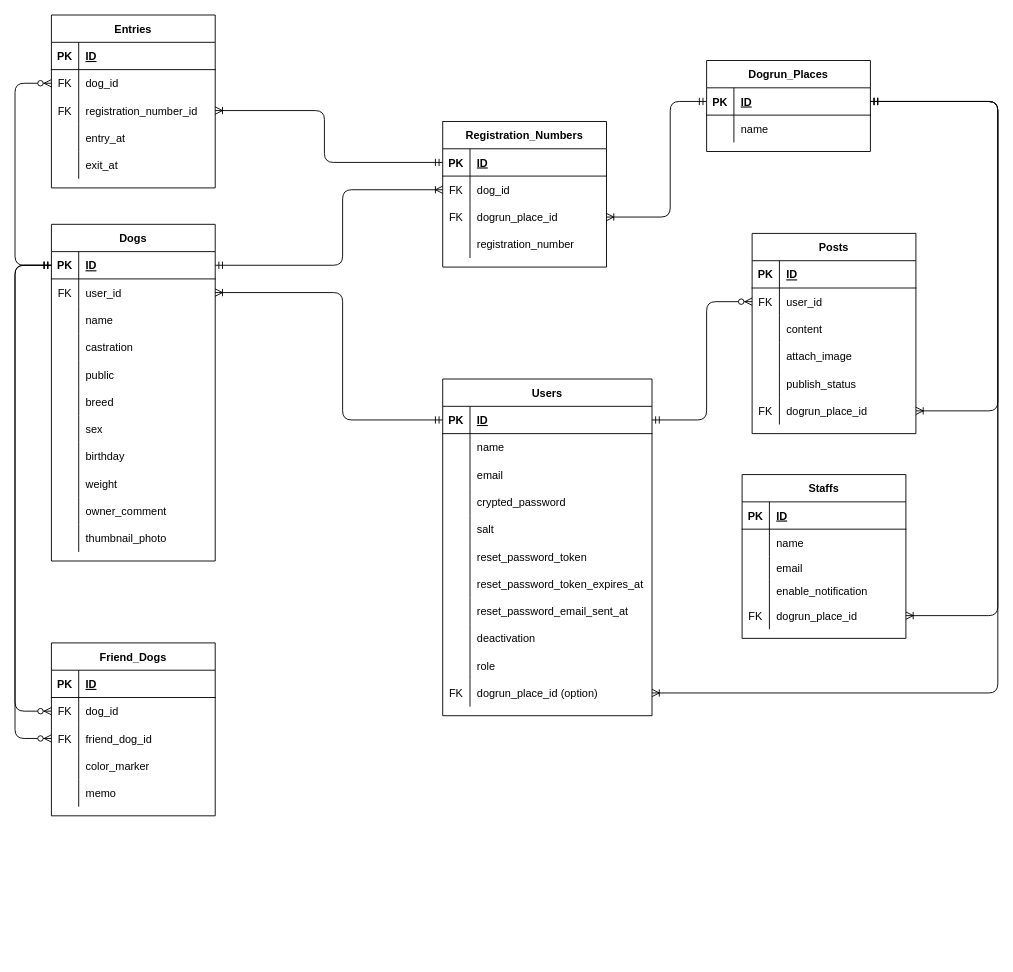
Above: ER_diagram.drawio in Kedaruma-Bond/dogrun_connect_app (draw.io), before the change. Source tidied: cells renumbered, new cells numbered last; positions are measured from the earlier drawing's top-left corner, leaving out a move shared by most shapes. Both pictures are drawn from the tidied source at 91%, with x=0, y=0 at pixel (15, 15).
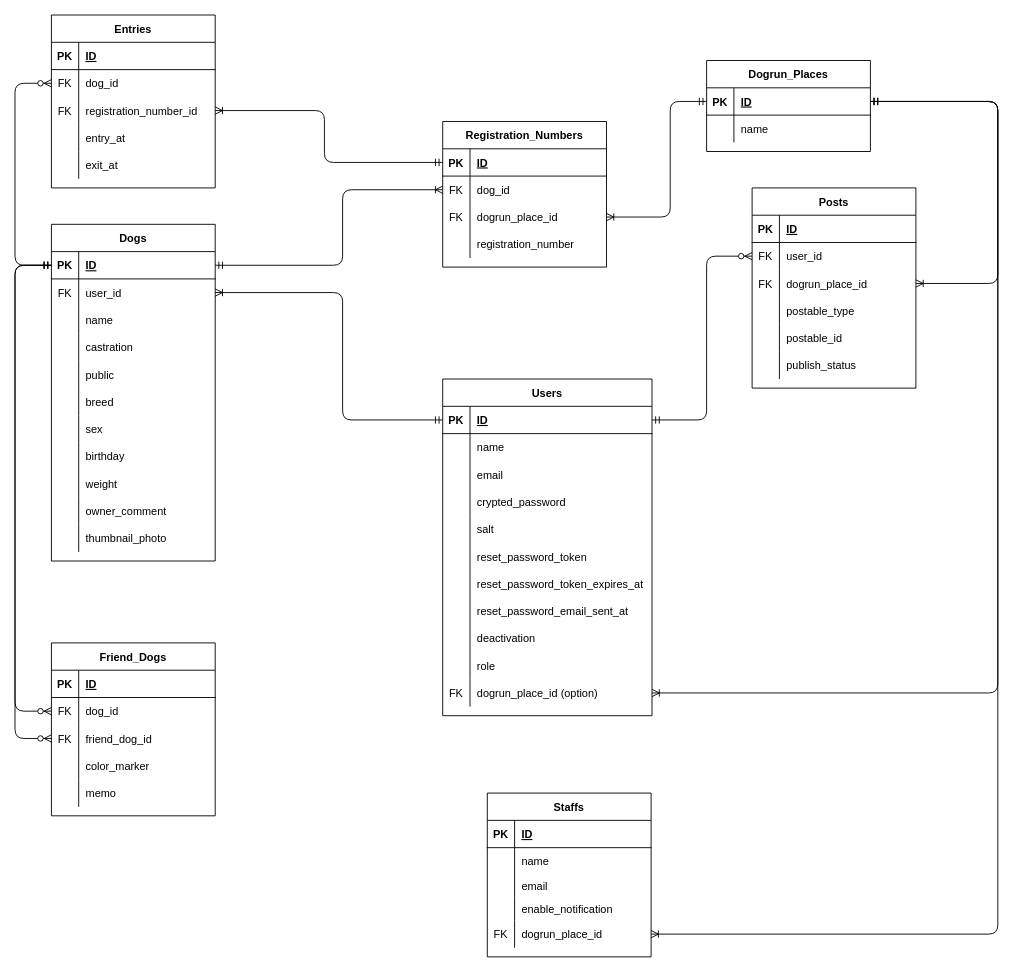
The same page after the edit.

The change refers to these unchanged cells:
```xml
<mxCell id="19" style="shape=partialRectangle;fillColor=none;top=0;left=0;bottom=1;right=0;points=[[0,0.5],[1,0.5]];portConstraint=eastwest;" parent="18" vertex="1">
  <mxGeometry y="30" width="230" height="30" as="geometry" />
</mxCell>
<mxCell id="65" style="shape=partialRectangle;fillColor=none;top=0;left=0;bottom=0;right=0;points=[[0,0.5],[1,0.5]];portConstraint=eastwest;" parent="52" vertex="1">
  <mxGeometry y="140" width="180" height="30" as="geometry" />
</mxCell>
<mxCell id="106" style="shape=partialRectangle;fillColor=none;top=0;left=0;bottom=0;right=0;points=[[0,0.5],[1,0.5]];portConstraint=eastwest;" parent="102" vertex="1">
  <mxGeometry y="60" width="180" height="30" as="geometry" />
</mxCell>
<mxCell id="158" style="shape=tableRow;horizontal=0;startSize=0;swimlaneHead=0;swimlaneBody=0;fillColor=none;points=[[0,0.5],[1,0.5]];portConstraint=eastwest;top=0;left=0;right=0;bottom=1;" parent="157" vertex="1">
  <mxGeometry y="30" width="180" height="30" as="geometry" />
</mxCell>
```

Change to the diagram source:
```diff
@@
     <mxCell id="52" value="Staffs" style="shape=table;startSize=30;childLayout=tableLayout;rowLines=0;fontStyle=1;align=center;" parent="1" vertex="1">
-      <mxGeometry x="799" y="505" width="180" height="180" as="geometry" />
+      <mxGeometry x="519" y="855" width="180" height="180" as="geometry" />
     </mxCell>
@@
     <mxCell id="102" value="Posts" style="shape=table;startSize=30;childLayout=tableLayout;rowLines=0;fontStyle=1;align=center;" parent="1" vertex="1">
-      <mxGeometry x="810" y="240" width="180" height="220" as="geometry" />
+      <mxGeometry x="810" y="190" width="180" height="220" as="geometry" />
     </mxCell>
@@
+    <mxCell id="168" style="shape=partialRectangle;fillColor=none;top=0;left=0;bottom=0;right=0;points=[[0,0.5],[1,0.5]];portConstraint=eastwest;" parent="102" vertex="1">
+      <mxGeometry y="90" width="180" height="30" as="geometry" />
+    </mxCell>
+    <mxCell id="119" value="FK" style="shape=partialRectangle;fillColor=none;top=0;left=0;bottom=0;right=0;overflow=hidden;" parent="168" vertex="1">
+      <mxGeometry width="30" height="30" as="geometry" />
+    </mxCell>
+    <mxCell id="120" value="dogrun_place_id" style="shape=partialRectangle;fillColor=none;top=0;left=0;bottom=0;right=0;align=left;spacingLeft=6;overflow=hidden;" parent="168" vertex="1">
+      <mxGeometry x="30" width="150" height="30" as="geometry" />
+    </mxCell>
+    <mxCell id="112" style="shape=partialRectangle;fillColor=none;top=0;left=0;bottom=0;right=0;" parent="102" vertex="1">
+      <mxGeometry y="120" width="180" height="30" as="geometry" />
+    </mxCell>
+    <mxCell id="113" style="shape=partialRectangle;fillColor=none;top=0;left=0;bottom=0;right=0;overflow=hidden;" parent="112" vertex="1">
+      <mxGeometry width="30" height="30" as="geometry" />
+    </mxCell>
+    <mxCell id="169" value="postable_type" style="shape=partialRectangle;fillColor=none;top=0;left=0;bottom=0;right=0;align=left;spacingLeft=6;overflow=hidden;" parent="112" vertex="1">
+      <mxGeometry x="30" width="150" height="30" as="geometry" />
+    </mxCell>
     <mxCell id="109" style="shape=partialRectangle;fillColor=none;top=0;left=0;bottom=0;right=0;" parent="102" vertex="1">
-      <mxGeometry y="90" width="180" height="30" as="geometry" />
+      <mxGeometry y="150" width="180" height="30" as="geometry" />
     </mxCell>
@@
-    <mxCell id="111" value="content" style="shape=partialRectangle;fillColor=none;top=0;left=0;bottom=0;right=0;align=left;spacingLeft=6;overflow=hidden;" parent="109" vertex="1">
+    <mxCell id="111" value="postable_id" style="shape=partialRectangle;fillColor=none;top=0;left=0;bottom=0;right=0;align=left;spacingLeft=6;overflow=hidden;" parent="109" vertex="1">
       <mxGeometry x="30" width="150" height="30" as="geometry" />
     </mxCell>
-    <mxCell id="112" style="shape=partialRectangle;fillColor=none;top=0;left=0;bottom=0;right=0;" parent="102" vertex="1">
-      <mxGeometry y="120" width="180" height="30" as="geometry" />
-    </mxCell>
-    <mxCell id="113" style="shape=partialRectangle;fillColor=none;top=0;left=0;bottom=0;right=0;overflow=hidden;" parent="112" vertex="1">
-      <mxGeometry width="30" height="30" as="geometry" />
-    </mxCell>
-    <mxCell id="114" value="attach_image" style="shape=partialRectangle;fillColor=none;top=0;left=0;bottom=0;right=0;align=left;spacingLeft=6;overflow=hidden;" parent="112" vertex="1">
-      <mxGeometry x="30" width="150" height="30" as="geometry" />
-    </mxCell>
     <mxCell id="115" style="shape=partialRectangle;fillColor=none;top=0;left=0;bottom=0;right=0;" parent="102" vertex="1">
-      <mxGeometry y="150" width="180" height="30" as="geometry" />
+      <mxGeometry y="180" width="180" height="30" as="geometry" />
     </mxCell>
@@
-    <mxCell id="118" style="shape=partialRectangle;fillColor=none;top=0;left=0;bottom=0;right=0;" parent="102" vertex="1">
-      <mxGeometry y="180" width="180" height="30" as="geometry" />
-    </mxCell>
-    <mxCell id="119" value="FK" style="shape=partialRectangle;fillColor=none;top=0;left=0;bottom=0;right=0;overflow=hidden;" parent="118" vertex="1">
-      <mxGeometry width="30" height="30" as="geometry" />
-    </mxCell>
-    <mxCell id="120" value="dogrun_place_id" style="shape=partialRectangle;fillColor=none;top=0;left=0;bottom=0;right=0;align=left;spacingLeft=6;overflow=hidden;" parent="118" vertex="1">
-      <mxGeometry x="30" width="150" height="30" as="geometry" />
-    </mxCell>
@@
     <mxCell id="122" style="edgeStyle=orthogonalEdgeStyle;fontSize=12;html=1;endArrow=ERzeroToMany;startArrow=ERmandOne;exitX=1;exitY=0.5;exitDx=0;exitDy=0;entryX=0;entryY=0.5;entryDx=0;entryDy=0;" parent="1" edge="1" source="19" target="106">
       <mxGeometry relative="1" as="geometry">
         <Array as="points">
           <mxPoint x="760" y="445" />
-          <mxPoint x="760" y="315" />
+          <mxPoint x="760" y="265" />
         </Array>
       </mxGeometry>
     </mxCell>
@@
-    <mxCell id="166" style="edgeStyle=orthogonalEdgeStyle;fontSize=12;html=1;endArrow=ERoneToMany;startArrow=ERmandOne;exitX=1;exitY=0.5;exitDx=0;exitDy=0;" parent="1" edge="1" source="158">
+    <mxCell id="166" style="edgeStyle=orthogonalEdgeStyle;fontSize=12;html=1;endArrow=ERoneToMany;startArrow=ERmandOne;exitX=1;exitY=0.5;exitDx=0;exitDy=0;entryX=1;entryY=0.5;entryDx=0;entryDy=0;" parent="1" edge="1" source="158" target="168">
       <mxGeometry relative="1" as="geometry">
-        <mxPoint x="990" y="435" as="targetPoint" />
         <Array as="points">
           <mxPoint x="1080" y="95" />
-          <mxPoint x="1080" y="435" />
+          <mxPoint x="1080" y="295" />
         </Array>
       </mxGeometry>
     </mxCell>
     <mxCell id="167" style="edgeStyle=orthogonalEdgeStyle;fontSize=12;html=1;endArrow=ERoneToMany;startArrow=ERmandOne;exitX=1;exitY=0.5;exitDx=0;exitDy=0;entryX=1;entryY=0.5;entryDx=0;entryDy=0;" parent="1" edge="1" source="158" target="65">
       <mxGeometry relative="1" as="geometry">
         <Array as="points">
           <mxPoint x="1080" y="95" />
-          <mxPoint x="1080" y="660" />
+          <mxPoint x="1080" y="1010" />
         </Array>
       </mxGeometry>
     </mxCell>
```
